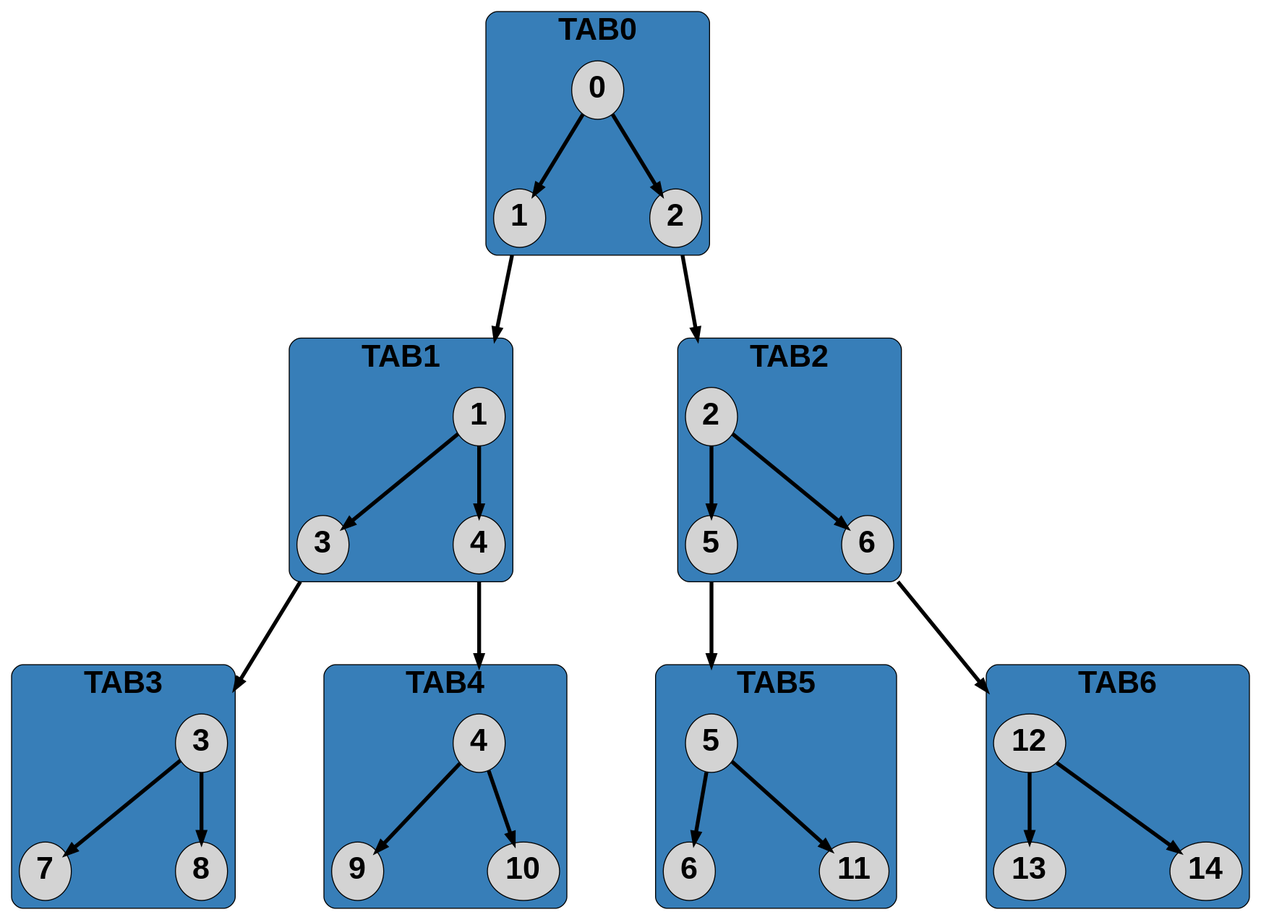
jharwell/phd-thesis keeps this Graphviz diagram as figures/chapter2/tdgraph-tabs.png. Above is the earlier version. Its source is kept beside it as figures/chapter2/tdgraph-tabs.dot.
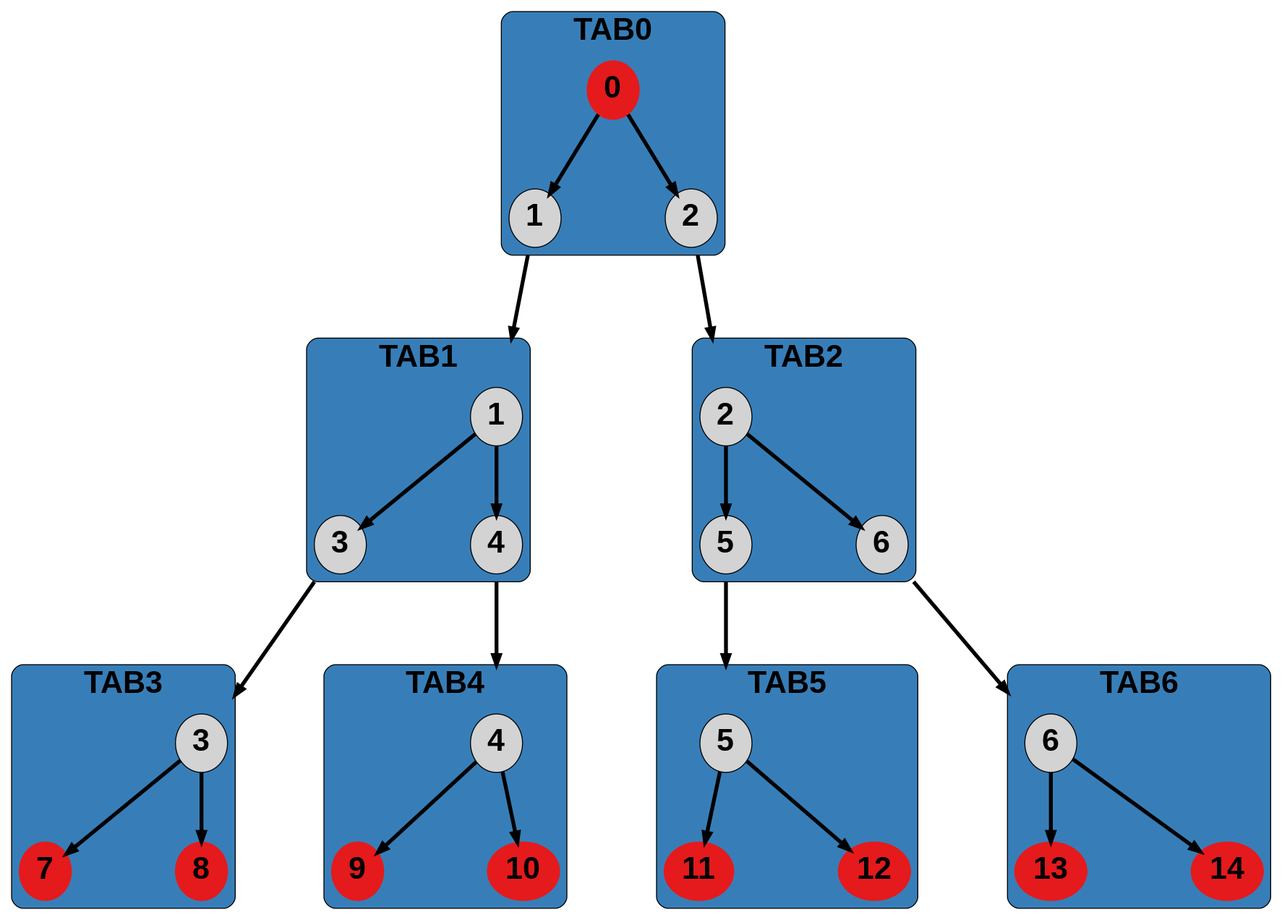
Later version of the same file.

Change to the diagram source:
```diff
@@ -5,7 +5,7 @@
         graph [ordering="out", nodesep=1.5, ranksep=1.0,rankdir=TB,newrank=true];
         edge[penwidth=4,colorscheme=set19]
 
-        "0" [label="0"];
+        "0" [label="0",color=1];
         "1" [label="1"];
         "2" [label="2"];
 
@@ -18,20 +18,20 @@
         "8" [label="6"];
 
         "9" [label="3"];
-        "10" [label="7"];
-        "11" [label="8"];
+        "10" [label="7",color=1];
+        "11" [label="8",color=1];
 
         "12" [label="4"];
-        "13" [label="9"];
-        "14" [label="10"];
+        "13" [label="9",color=1];
+        "14" [label="10",color=1];
 
         "15" [label="5"];
-        "16" [label="6"];
-        "17" [label="11"];
+        "16" [label="11",color=1];
+        "17" [label="12",color=1];
 
-        "18" [label="12"];
-        "19" [label="13"];
-        "20" [label="14"];
+        "18" [label="6"];
+        "19" [label="13",color=1];
+        "20" [label="14",color=1];
 
         "0" -> {"1", "2"}
 
```
